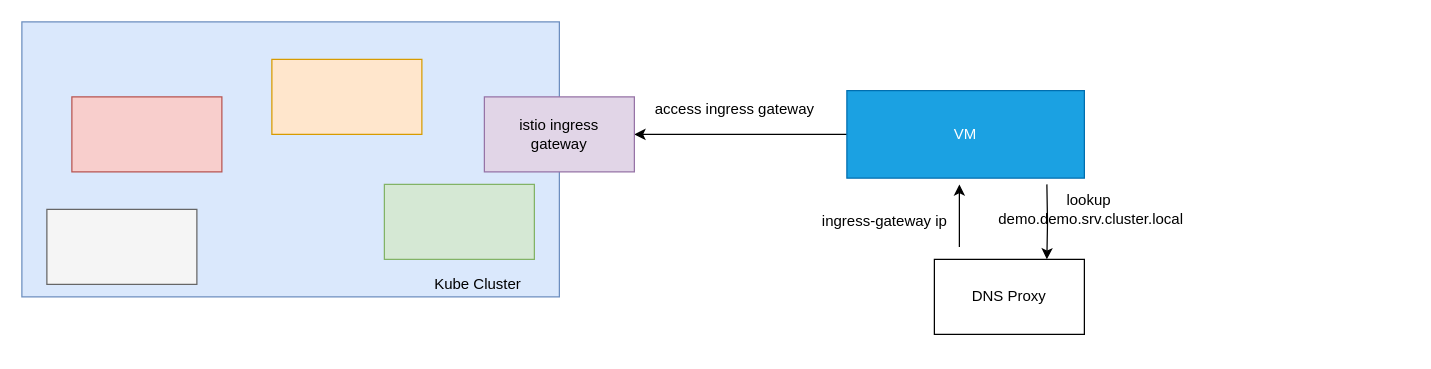
The draw.io diagram vm-access-kube.drawio in yanickxia/drawio, before the edit. Source tidied: cells renumbered, new cells numbered last; positions are measured from the earlier drawing's top-left corner, leaving out a move shared by most shapes. Both pictures are drawn from the tidied source at 125%, with x=0, y=0 at pixel (21, 21).
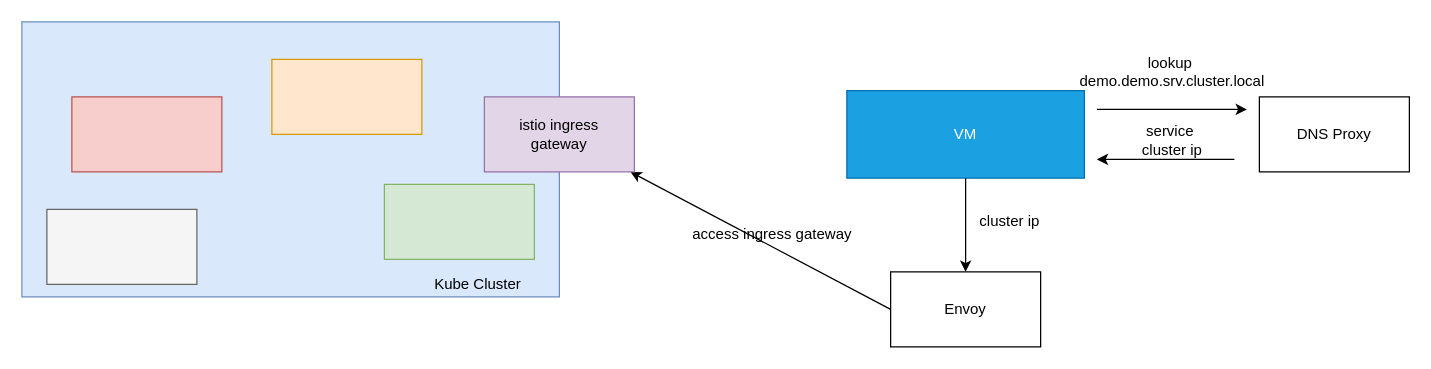
Above is the later version.

The change refers to these unchanged cells:
```xml
<mxCell id="10" value="VM" style="rounded=0;whiteSpace=wrap;html=1;fillColor=#1ba1e2;strokeColor=#006EAF;fontColor=#ffffff;" parent="1" vertex="1">
  <mxGeometry x="660" y="55" width="190" height="70" as="geometry" />
</mxCell>
<mxCell id="12" value="istio ingress&lt;br&gt;gateway" style="rounded=0;whiteSpace=wrap;html=1;fillColor=#e1d5e7;strokeColor=#9673a6;" parent="1" vertex="1">
  <mxGeometry x="370" y="60" width="120" height="60" as="geometry" />
</mxCell>
```

Diff of the diagram source:
```diff
@@
-    <mxCell id="8" style="edgeStyle=orthogonalEdgeStyle;rounded=0;jettySize=auto;html=1;exitX=0;exitY=0.5;exitDx=0;exitDy=0;" parent="1" edge="1" source="10" target="12">
+    <mxCell id="8" style="rounded=0;jettySize=auto;html=1;exitX=0;exitY=0.5;exitDx=0;exitDy=0;" parent="1" edge="1" source="17" target="12">
       <mxGeometry relative="1" as="geometry" />
     </mxCell>
-    <mxCell id="9" style="edgeStyle=orthogonalEdgeStyle;rounded=0;jettySize=auto;html=1;entryX=0.75;entryY=0;entryDx=0;entryDy=0;" parent="1" edge="1" target="11">
+    <mxCell id="9" style="edgeStyle=orthogonalEdgeStyle;rounded=0;orthogonalLoop=1;jettySize=auto;html=1;" parent="1" edge="1">
       <mxGeometry relative="1" as="geometry">
-        <mxPoint x="820" y="130" as="sourcePoint" />
+        <mxPoint x="860" y="70" as="sourcePoint" />
+        <mxPoint x="980" y="70" as="targetPoint" />
       </mxGeometry>
     </mxCell>
@@
     <mxCell id="11" value="DNS Proxy" style="rounded=0;whiteSpace=wrap;html=1;" parent="1" vertex="1">
-      <mxGeometry x="730" y="190" width="120" height="60" as="geometry" />
+      <mxGeometry x="990" y="60" width="120" height="60" as="geometry" />
     </mxCell>
@@
     <mxCell id="13" style="edgeStyle=orthogonalEdgeStyle;rounded=0;orthogonalLoop=1;jettySize=auto;html=1;" parent="1" edge="1">
       <mxGeometry relative="1" as="geometry">
-        <mxPoint x="750" y="180" as="sourcePoint" />
-        <mxPoint x="750" y="130" as="targetPoint" />
+        <mxPoint x="970" y="110" as="sourcePoint" />
+        <mxPoint x="860" y="110" as="targetPoint" />
       </mxGeometry>
     </mxCell>
     <mxCell id="14" value="lookup&amp;nbsp;&lt;br&gt;demo.demo.srv.cluster.local" style="text;html=1;align=center;verticalAlign=middle;" parent="1" vertex="1">
-      <mxGeometry x="775" y="135" width="160" height="30" as="geometry" />
+      <mxGeometry x="840" y="25" width="160" height="30" as="geometry" />
     </mxCell>
-    <mxCell id="15" value="ingress-gateway ip" style="text;html=1;align=center;verticalAlign=middle;" parent="1" vertex="1">
-      <mxGeometry x="630" y="150" width="120" height="20" as="geometry" />
+    <mxCell id="15" value="service&amp;nbsp;&lt;br&gt;cluster ip" style="text;html=1;align=center;verticalAlign=middle;" parent="1" vertex="1">
+      <mxGeometry x="890" y="80" width="60" height="30" as="geometry" />
     </mxCell>
     <mxCell id="16" value="access ingress gateway" style="text;html=1;align=center;verticalAlign=middle;" parent="1" vertex="1">
-      <mxGeometry x="500" y="60" width="140" height="20" as="geometry" />
+      <mxGeometry x="530" y="160" width="140" height="20" as="geometry" />
     </mxCell>
+    <mxCell id="17" value="Envoy" style="rounded=0;whiteSpace=wrap;html=1;" parent="1" vertex="1">
+      <mxGeometry x="695" y="200" width="120" height="60" as="geometry" />
+    </mxCell>
+    <mxCell id="18" style="edgeStyle=orthogonalEdgeStyle;rounded=0;jettySize=auto;html=1;exitX=0.5;exitY=1;exitDx=0;exitDy=0;entryX=0.5;entryY=0;entryDx=0;entryDy=0;" parent="1" edge="1" source="10" target="17">
+      <mxGeometry relative="1" as="geometry" />
+    </mxCell>
+    <mxCell id="19" value="cluster ip" style="text;html=1;align=center;verticalAlign=middle;" parent="1" vertex="1">
+      <mxGeometry x="760" y="150" width="60" height="20" as="geometry" />
+    </mxCell>
```
